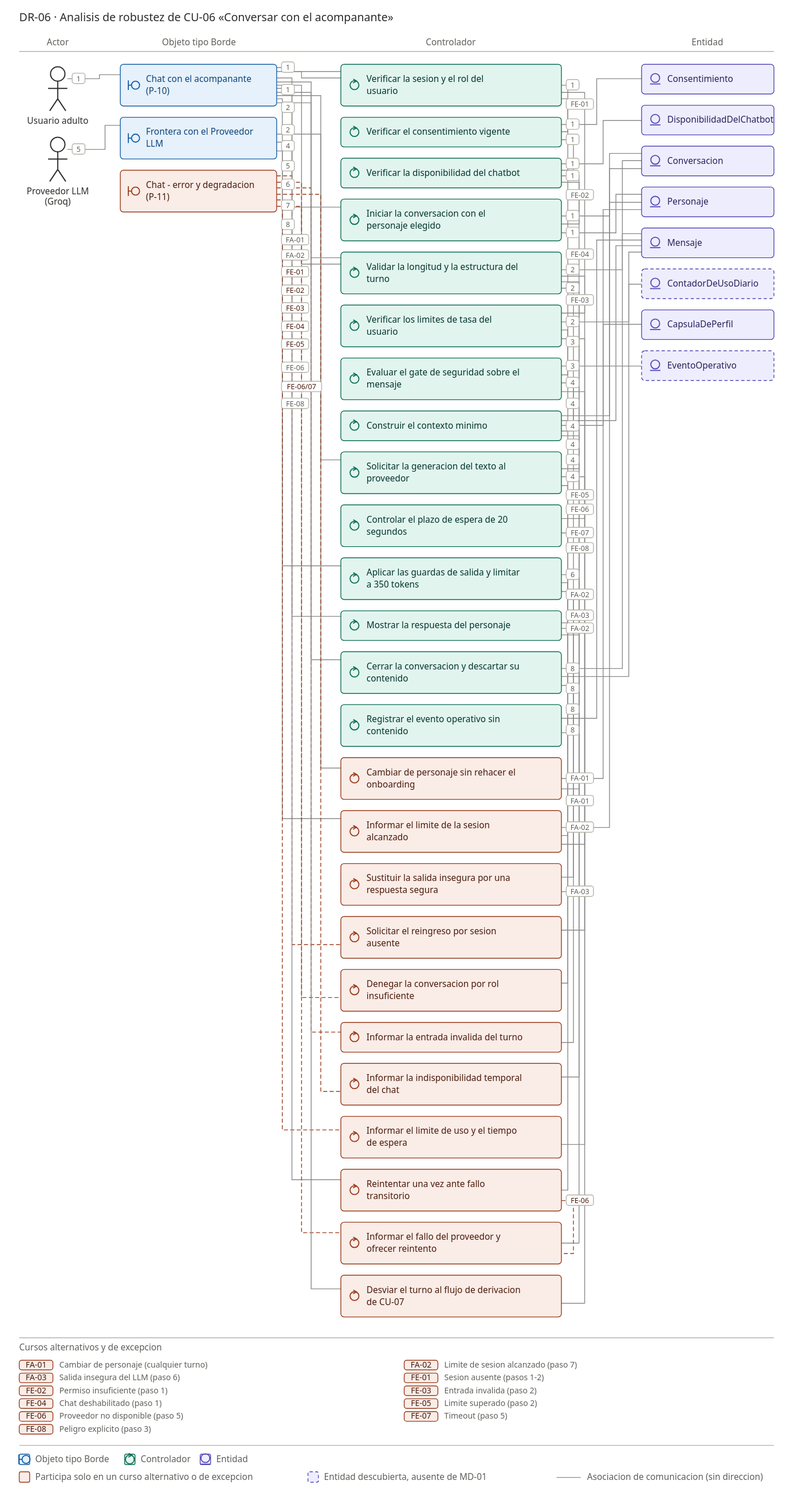
Before: docs/07_casos_uso/robustez/DR-06_robustez_conversar_con_el_acompanante.svg, a diagram exported from PlantUML (jonatan8254/alan-aura-academico). Its source is kept beside it as docs/07_casos_uso/robustez/DR-06_robustez_conversar_con_el_acompanante.puml. The source it was exported from:
```plantuml
@startuml
left to right direction
skinparam linetype ortho
skinparam shadowing false

actor "Usuario adulto" as ACT_Usuario
actor "Proveedor LLM (Groq)" as ACT_ProveedorLLM

boundary "Chat con el acompanante (P-10)" as B_InterfazDeChat
boundary "Chat - error y degradacion (P-11)" as B_EstadosDeError #LightCoral
boundary "Frontera con el Proveedor LLM" as B_FronteraProveedorLLM
boundary "Onboarding - consentimiento capa base (P-07)" as B_OnboardingCapaBase #LightCoral

control "Verificar la sesion y el rol del usuario" as C_VerificarSesionYRol
control "Verificar el consentimiento vigente" as C_VerificarConsentimiento
control "Verificar la disponibilidad del chatbot" as C_VerificarDisponibilidad
control "Iniciar la conversacion con el personaje elegido" as C_IniciarConversacion
control "Validar la longitud y la estructura del turno" as C_ValidarTurno
control "Verificar los limites de tasa del usuario" as C_VerificarLimitesDeTasa
control "Evaluar el gate de seguridad sobre el mensaje" as C_EvaluarGate
control "Construir el contexto minimo" as C_ConstruirContextoMinimo
control "Solicitar la generacion del texto al proveedor" as C_SolicitarGeneracion
control "Controlar el plazo de espera de 20 segundos" as C_ControlarTiempoDeEspera
control "Aplicar las guardas de salida y limitar a 350 tokens" as C_AplicarGuardas
control "Mostrar la respuesta del personaje" as C_MostrarRespuesta
control "Cerrar la conversacion y descartar su contenido" as C_CerrarYDescartar
control "Registrar el evento operativo sin contenido" as C_RegistrarEventoOperativo
control "Informar el limite de la sesion alcanzado" as C_InformarLimiteDeSesion #LightCoral
control "Sustituir la salida insegura por una respuesta segura" as C_SustituirSalidaInsegura #LightCoral
control "Solicitar el reingreso por sesion ausente" as C_SolicitarReingreso #LightCoral
control "Denegar la conversacion por rol insuficiente" as C_DenegarPorRol #LightCoral
control "Informar la entrada invalida del turno" as C_InformarEntradaInvalida #LightCoral
control "Informar la indisponibilidad temporal del chat" as C_InformarIndisponibilidad #LightCoral
control "Informar el limite de uso y el tiempo de espera" as C_InformarLimiteDeTasa #LightCoral
control "Reintentar una vez ante fallo transitorio" as C_ReintentarUnaVez #LightCoral
control "Informar el fallo del proveedor y ofrecer reintento" as C_InformarFalloDelProveedor #LightCoral
control "Desviar el turno al flujo de derivacion de CU-07" as C_DesviarADerivacion #LightCoral
control "Denegar el acceso por capa base revocada" as C_DenegarPorCapaBaseRevocada #LightCoral

entity "Conversacion" as E_Conversacion
entity "Mensaje" as E_Mensaje
entity "Personaje" as E_Personaje
entity "CapsulaDePerfil" as E_CapsulaDePerfil
entity "Consentimiento" as E_Consentimiento
entity "DisponibilidadDelChatbot" as E_DisponibilidadDelChatbot
entity "ContadorDeUsoDiario" as E_ContadorDeUsoDiario #PaleGreen
entity "EventoOperativo" as E_EventoOperativo

ACT_Usuario -- B_InterfazDeChat : 1 elige personaje e inicia la conversacion
ACT_ProveedorLLM -- B_FronteraProveedorLLM : 5 responde a la solicitud del sistema con el texto generado
B_InterfazDeChat -- C_VerificarSesionYRol : 1 solicita iniciar la conversacion
C_VerificarSesionYRol -- C_VerificarConsentimiento : 1 sesion activa con rol de usuario validado
C_VerificarConsentimiento -- E_Consentimiento : 1 comprueba la capa base; la de personalizacion no condiciona el acceso
C_VerificarConsentimiento -- C_VerificarDisponibilidad : 1 capa base vigente
C_VerificarConsentimiento -- C_DenegarPorCapaBaseRevocada : FE-09 la capa base esta revocada
C_DenegarPorCapaBaseRevocada -- B_OnboardingCapaBase : FE-09 termina; 403 y redirige a CU-05 sin abrir la conversacion
C_VerificarDisponibilidad -- E_DisponibilidadDelChatbot : 1 lee el estado global del chatbot
C_VerificarDisponibilidad -- C_IniciarConversacion : 1 chatbot habilitado
C_IniciarConversacion -- E_Conversacion : 1 abre la conversacion
C_IniciarConversacion -- E_Personaje : 1 fija el personaje de la sesion
C_IniciarConversacion -- B_InterfazDeChat : 1 abre el dialogo con Alan o Aura
B_InterfazDeChat -- C_VerificarSesionYRol : 2 revalida la sesion y el rol en cada turno
B_InterfazDeChat -- C_ValidarTurno : 2 escribe y envia un mensaje de hasta 2.500 caracteres
C_ValidarTurno -- E_Mensaje : 2 registra el turno
C_ValidarTurno -- C_VerificarLimitesDeTasa : 2 turno bien formado
C_VerificarLimitesDeTasa -- E_ContadorDeUsoDiario : 2 contrasta 3 por minuto y 30 por dia
C_VerificarLimitesDeTasa -- C_EvaluarGate : 3 dentro de los limites de tasa
C_EvaluarGate -- E_Mensaje : 3 examina el mensaje antes de responder
C_EvaluarGate -- C_ConstruirContextoMinimo : 4 sin peligro explicito
C_ConstruirContextoMinimo -- E_CapsulaDePerfil : 4 toma character siempre; los cuatro autorreportes solo con la capa de personalizacion otorgada
C_ConstruirContextoMinimo -- E_Personaje : 4 toma la persona del personaje
C_ConstruirContextoMinimo -- E_Mensaje : 4 toma hasta 4 intercambios de la sesion actual y el turno
C_ConstruirContextoMinimo -- E_Consentimiento : 4 consulta si la capa de personalizacion esta otorgada
C_ConstruirContextoMinimo -- C_SolicitarGeneracion : 4 contexto minimo armado
C_SolicitarGeneracion -- B_FronteraProveedorLLM : 4 envia el contexto minimo al proveedor
C_SolicitarGeneracion -- C_ControlarTiempoDeEspera : 4 vigila el plazo de espera
B_FronteraProveedorLLM -- C_AplicarGuardas : 5 devuelve el texto generado
C_AplicarGuardas -- C_MostrarRespuesta : 6 salida sin riesgo ni claim clinico, hasta 350 tokens
C_MostrarRespuesta -- B_InterfazDeChat : 6 muestra la respuesta del personaje
B_InterfazDeChat -- C_ValidarTurno : 7 repite los pasos 2 a 6 hasta 20 mensajes de usuario
B_InterfazDeChat -- C_CerrarYDescartar : 8 cierra la conversacion
C_CerrarYDescartar -- E_Conversacion : 8 marca la conversacion como cerrada
C_CerrarYDescartar -- E_Mensaje : 8 descarta el contenido sin persistirlo
C_CerrarYDescartar -- C_RegistrarEventoOperativo : 8 registra solo el evento operativo
C_RegistrarEventoOperativo -- E_EventoOperativo : 8 guarda latencia, modelo, version y estado
C_MostrarRespuesta -- C_InformarLimiteDeSesion : FA-01 alcanza los 20 mensajes de la sesion
C_InformarLimiteDeSesion -- E_Conversacion : FA-01 contrasta el limite de la sesion
C_InformarLimiteDeSesion -- B_InterfazDeChat : FA-01 finaliza de forma controlada, sin error crudo
C_AplicarGuardas -- C_SustituirSalidaInsegura : FA-02 detecta riesgo o claim clinico en la salida
C_SustituirSalidaInsegura -- C_MostrarRespuesta : FA-02 continua en el paso 6 con la respuesta sustituida
C_VerificarSesionYRol -- C_SolicitarReingreso : FE-01 sesion ausente en los pasos 1 y 2
C_SolicitarReingreso -- B_EstadosDeError : FE-01 informa y solicita reingresar por CU-03
C_VerificarSesionYRol -- C_DenegarPorRol : FE-02 rol no autorizado en el paso 1
C_DenegarPorRol -- B_EstadosDeError : FE-02 sin acceso
C_ValidarTurno -- C_InformarEntradaInvalida : FE-03 mensaje mal formado o de mas de 2.500 caracteres
C_InformarEntradaInvalida -- B_EstadosDeError : FE-03 pide corregir sin enviar el turno
C_VerificarDisponibilidad -- C_InformarIndisponibilidad : FE-04 kill switch activo
C_InformarIndisponibilidad -- B_EstadosDeError : FE-04 informa la indisponibilidad temporal
C_VerificarLimitesDeTasa -- C_InformarLimiteDeTasa : FE-05 supera 3 por minuto o 30 por dia
C_InformarLimiteDeTasa -- B_EstadosDeError : FE-05 informa la espera antes de reintentar
C_SolicitarGeneracion -- C_ReintentarUnaVez : FE-06 el proveedor no responde
C_ReintentarUnaVez -- B_FronteraProveedorLLM : FE-06 reintenta una sola vez ante fallo transitorio
C_ReintentarUnaVez -- C_InformarFalloDelProveedor : FE-06 agotado el reintento unico
C_ControlarTiempoDeEspera -- C_InformarFalloDelProveedor : FE-07 se agotan los 20 segundos de espera
C_InformarFalloDelProveedor -- B_EstadosDeError : FE-06 FE-07 informa el estado y permite reintentar
C_EvaluarGate -- C_DesviarADerivacion : FE-08 detecta peligro explicito
C_DesviarADerivacion -- B_InterfazDeChat : FE-08 devuelve safety_fallback, CU-07 toma el turno y suspende el chat ordinario

legend right
  <b>Convencion de color</b>
  #LightCoral = objeto que participa solo en un curso alternativo (FA) o de excepcion (FE)
  #PaleGreen = entidad descubierta en robustez, ausente de MD-01 (ver delta de object discovery)
endlegend

note as N_DR06
  <b>CU-06 - Conversar con el acompanante</b> (ECU-06) - actor: Usuario adulto;
  sistema externo: Proveedor LLM (Groq). Nivel caja negra funcional (el detalle de 18 pasos
  del plan §4.11 corresponde a DS-06, no a este diagrama).
  PRE-01 sesion activa (si no, 401). PRE-02 rol usuario validado en servidor (si no, 403).
  PRE-03 adulto con consentimiento vigente. PRE-04 chatbot habilitado (si no, 409).
  PRE-05 sin superar los limites de tasa 3/min y 30/dia (si no, 429).

  <b>Flujo basico</b>
  1. El Usuario elige personaje (Alan/Aura) e inicia la conversacion. El sistema abre la
     Conversacion con el chatbot habilitado.
  2. El Usuario escribe y envia un Mensaje de hasta 2.500 caracteres. El sistema comprueba la
     longitud y la estructura del turno.
  3. El sistema evalua el gate de seguridad determinista sobre el mensaje antes de responder
     y decide entre no-peligro y peligro-explicito.
  4. (no-peligro) El sistema construye el contexto minimo (capsula + persona + hasta 4
     intercambios de la sesion actual + turno) y lo solicita al Proveedor LLM.
  5. El Proveedor LLM genera el texto de la respuesta y lo devuelve al sistema.
  6. El sistema aplica las guardas de salida (no riesgo, no claim clinico), limita a 350
     tokens y muestra la respuesta del personaje.
  7. El Usuario intercambia turnos (repite 2-6) hasta 20 mensajes de usuario.
  8. El Usuario cierra la conversacion. El sistema descarta el contenido (no persistencia) y
     registra solo un evento operativo sin contenido.

  <b>Cursos alternativos</b>
  FA-01 Limite de mensajes por sesion (paso 7): el Usuario alcanza los 20 mensajes; el sistema
        informa el estado e invita a cerrar o iniciar otra sesion, sin error crudo. Finaliza
        de forma controlada.
  FA-02 Salida insegura del Proveedor LLM (paso 6): la postvalidacion detecta riesgo o claim
        clinico; el sistema sustituye la salida por una respuesta segura de fallback y
        continua en el paso 6.
  El cambio de personaje, que la v1.0 llevaba como FA-01, salio a CU-13 y se dibuja en DR-13.
  Los otros dos disparadores de limite no son cursos alternativos: el de entrada (2.500
  caracteres) es FE-03, y el de salida (350 tokens) es un recorte que el paso 6 aplica sin
  interrumpir el flujo.

  <b>Cursos de excepcion</b> (tabla de codigos = plan §4.13; degradacion con gracia = RF-26)
  FE-01 Sesion ausente (pasos 1-2): 401; solicita reingresar. Recuperacion CU-03.
  FE-02 Permiso insuficiente (paso 1): 403; sin acceso.
  FE-03 Entrada invalida (paso 2): mensaje mal formado o de mas de 2.500; 400. Vuelve al paso 2.
  FE-04 Chat deshabilitado (paso 1): kill switch activo; 409; indisponibilidad temporal.
  FE-05 Limite superado (paso 2): rate limit 3/min o 30/dia; 429; respeta Retry-After.
  FE-06 Proveedor no disponible (paso 5): Groq caido; 502; maximo un reintento a fallos
        transitorios; permite reintento manual.
  FE-07 Timeout (paso 5): sin respuesta en 20 s; 504; informa sin romper la interfaz.
  FE-08 Peligro explicito (paso 3): 200 + safety_fallback; se desvia a CU-07 (Derivar);
        el chat ordinario queda suspendido en la sesion.
  FE-09 Capa base del consentimiento revocada (paso 1): el Usuario la retiro durante el
        onboarding y accede al chat directamente; 403, no abre la Conversacion y redirige a
        CU-05 para otorgarla. Termina.
  Regla transversal: no se retornan errores crudos, stack traces, claves, el prompt ni
  metadatos de razonamiento. Se realiza como la AUSENCIA de todo Controlador que exponga
  esos datos, y porque ninguna rama de error llega a un Borde de interfaz de usuario sin
  pasar antes por un Controlador de presentacion mediada (Informar... / Solicitar... /
  Denegar...). Dos excepciones deliberadas, ninguna de cara al usuario: FE-06 reintenta
  contra la frontera del proveedor, que no es pantalla; y FE-08 no es un error sino un
  hand-off que entrega a CU-07 una respuesta de contencion ya controlada.

  <b>Postcondicion</b> El contenido de la conversacion se descarta al cerrar (no persistencia);
  solo queda el evento operativo sin contenido; Conversacion pasa a cerrada.
  <b>Reglas</b> RN-02.1..RN-02.9, RN-05; C-1..C-10.
  <b>Traza</b> RF-07..RF-10, RF-12, RF-13, RF-25, RF-26 -> OBJ-2/OBJ-4.
  <b>Pantallas</b> P-10 (conversacion y limite de sesion) y P-11 (estados de error 400/401/
  403/409/429/502/504, sin codigos crudos).

  <b>Notas de modelado</b>
  - <b>El Proveedor LLM es actor y objeto tipo Borde a la vez, y es correcto:</b> DCU-01 lo
    declara actor de sistema externo y MD-01 §3.9 dice que en robustez vive como objeto
    frontera. Es el mismo patron que ACT_Usuario -- B_InterfazDeChat: el actor esta fuera del
    limite del sistema, el Borde es la interfaz del sistema hacia el.
  - <b>&lt;&lt;extend&gt;&gt; y no &lt;&lt;include&gt;&gt;:</b> el gate (paso 3) pertenece a este CU y aqui se dibujan
    sus dos ramas. Pero la derivacion NO se reimplementa: "Desviar el turno al flujo de
    derivacion de CU-07" es un hand-off. Quien origina el EventoDeSeguridad, muestra la
    contencion y lee los RecursoDeAyuda es DR-07, no este diagrama.
  - <b>Entidades en verde</b> (ContadorDeUsoDiario, EventoOperativo): tienen respaldo textual
    (PRE-05/RN-02.9 y el paso 8) y en PER-01 (`DailyUsageCounter`, `OperationalEvent`), pero
    NO son clases de MD-01. Descubrimientos propuestos al modelo de dominio.
  - <b>Hallazgo de desambiguacion (PRE-03):</b> el consentimiento vigente se verifica aqui
    porque es precondicion declarada y CU-04 permite revocarlo, pero ECU-06 §13 NO define
    ningun curso de excepcion para "consentimiento revocado". La rama de fallo NO se inventa:
    queda reportada como defecto de la especificacion.
  - <b>El reintento manual de FE-06 y FE-07 no tiene arco propio</b>, y es deliberado: el
    Usuario reintenta reenviando el turno por la via normal (el bucle del paso 7 hacia
    "Validar la longitud y la estructura del turno"). Dibujar un atajo desde la pantalla de
    error hacia la solicitud al proveedor habria creado un camino que alcanza el LLM
    saltandose el gate de seguridad (RN-02.1) y el verificador de limites de tasa (RN-02.9).
  - <b>Hallazgos de trazabilidad reportados (no se corrigen aqui):</b> (a) `Consentimiento`
    se usa por PRE-03 y es clase de MD-01, pero ECU-06 §7 y §18 no lo listan entre los
    conceptos del CU; (b) ECU-06 §18 asigna a este CU la operacion "Validar" sobre
    `EventoDeSeguridad` en el paso 3, pero el evento se origina en CU-07: aqui esa fila se
    realiza como la evaluacion del gate sobre el Mensaje mas el desvio; (c) DIS-00 se
    contradice sobre el limite de sesion — §2 lo lista en P-10 y §3 lo repite en P-11; este
    diagrama sigue §2, que es la tabla de inventario.
  - <b>Tamano:</b> 38 elementos. No procede partir el caso de uso: los 11 cursos no basicos
    son todos de un solo nivel (sin subalternos), hay un unico actor primario y un unico
    objetivo. El volumen viene de la anchura de la tabla de codigos (RF-26) y de la carga de
    canon (gate, guardas, minimizacion, no persistencia).
end note

@enduml
```
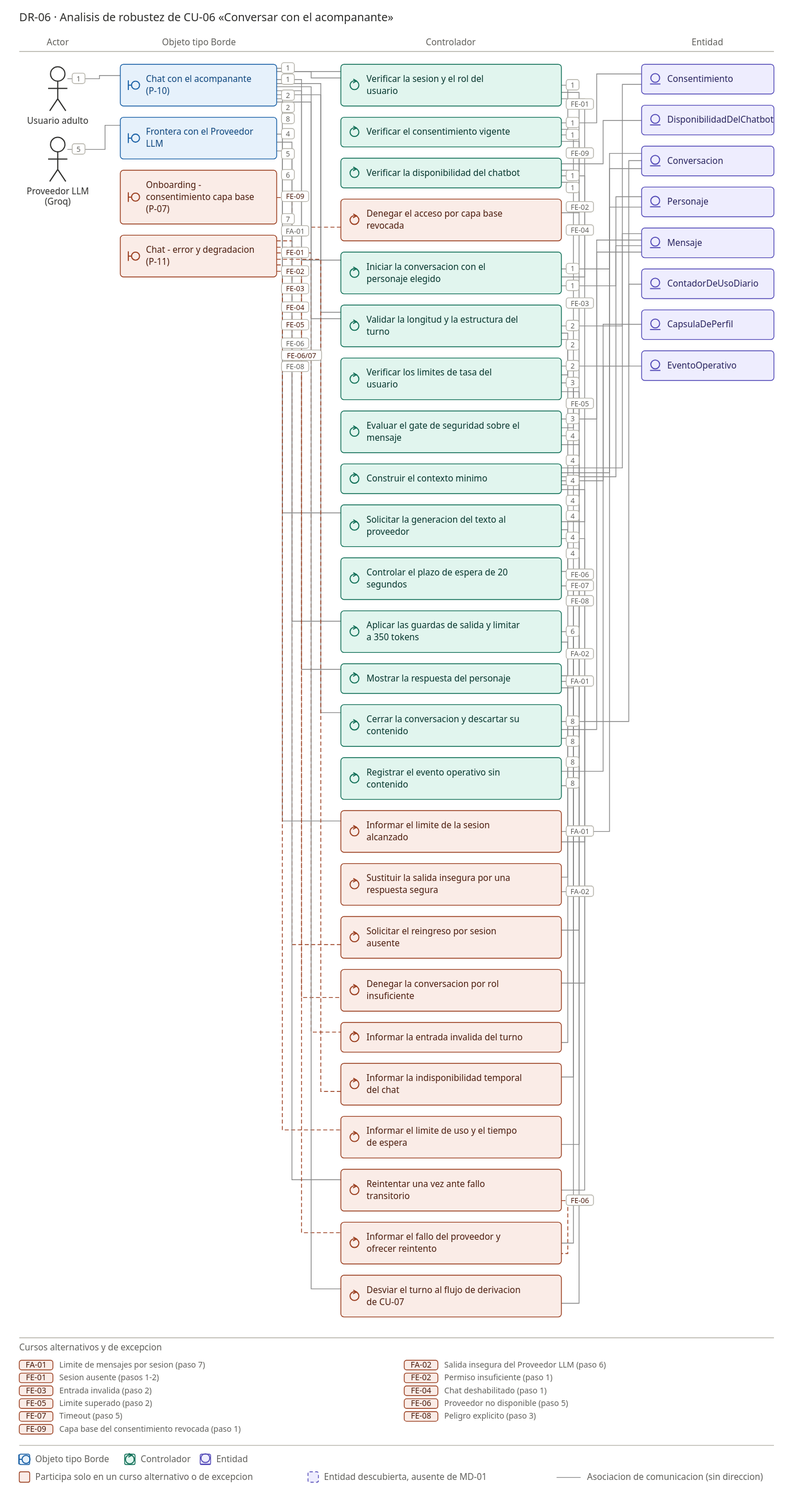
Above is the later version.

Change to the diagram source:
```diff
@@ -43,7 +43,7 @@
 entity "CapsulaDePerfil" as E_CapsulaDePerfil
 entity "Consentimiento" as E_Consentimiento
 entity "DisponibilidadDelChatbot" as E_DisponibilidadDelChatbot
-entity "ContadorDeUsoDiario" as E_ContadorDeUsoDiario #PaleGreen
+entity "ContadorDeUsoDiario" as E_ContadorDeUsoDiario
 entity "EventoOperativo" as E_EventoOperativo
 
 ACT_Usuario -- B_InterfazDeChat : 1 elige personaje e inicia la conversacion
@@ -109,7 +109,6 @@
 legend right
   <b>Convencion de color</b>
   #LightCoral = objeto que participa solo en un curso alternativo (FA) o de excepcion (FE)
-  #PaleGreen = entidad descubierta en robustez, ausente de MD-01 (ver delta de object discovery)
 endlegend
 
 note as N_DR06
```
